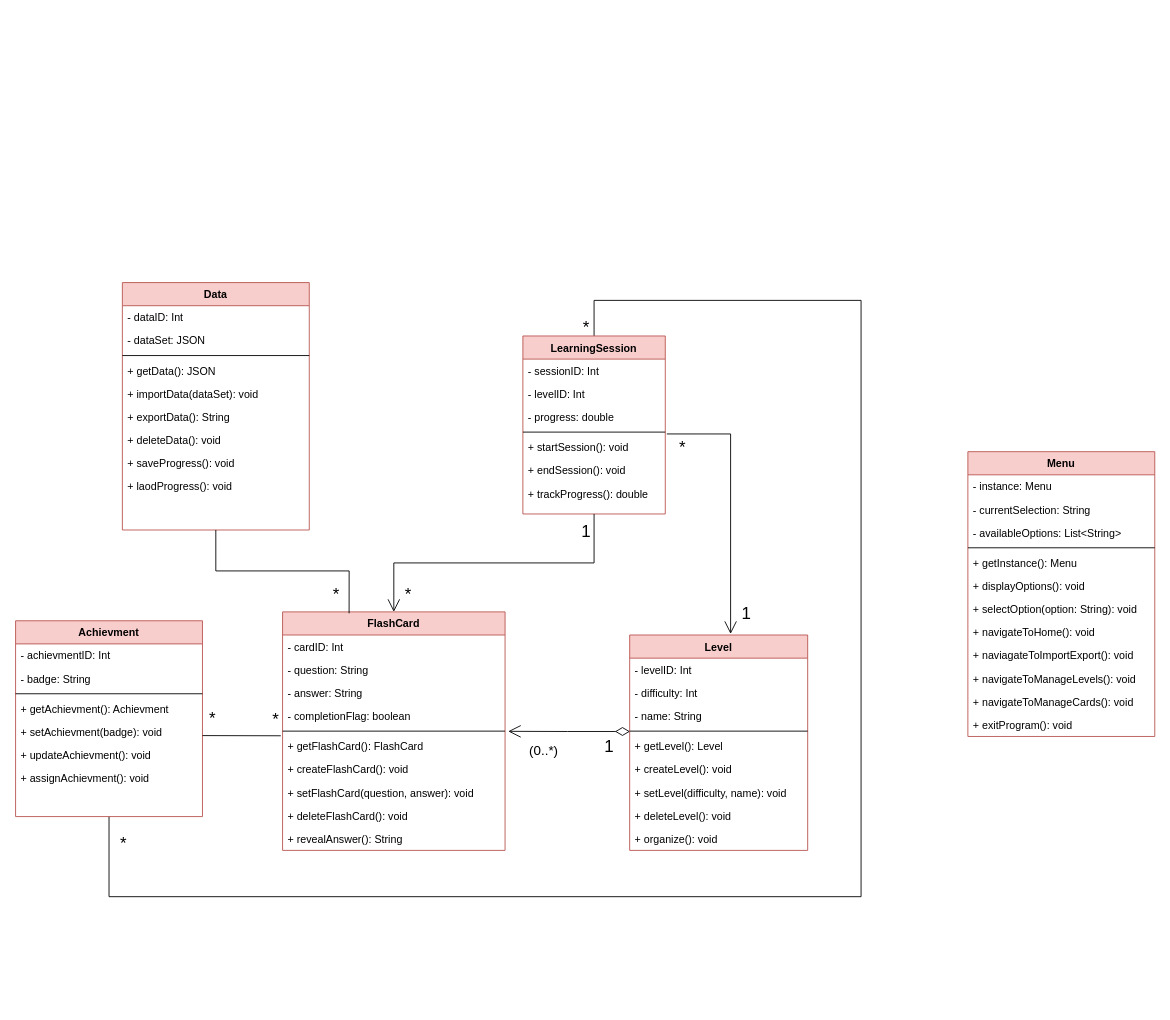
Before: FlashCards.drawio in wasimic311/uml, a draw.io diagram. Source tidied: cells renumbered, new cells numbered last; positions are measured from the earlier drawing's top-left corner, leaving out a move shared by most shapes. Both pictures are drawn from the tidied source at 89%, with x=0, y=0 at pixel (15, 282).
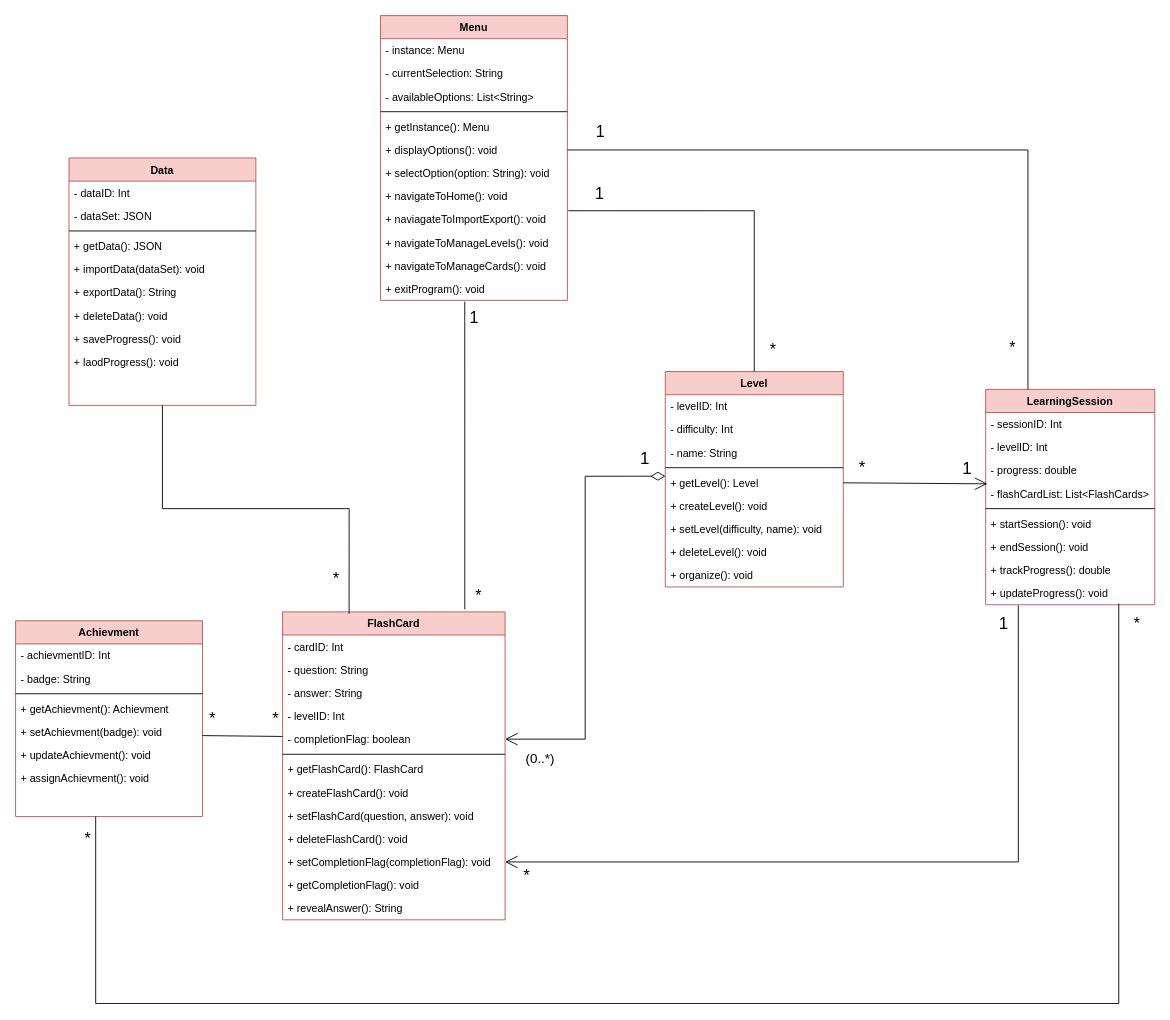
Above is the later version.

The change refers to these unchanged cells:
```xml
<mxCell id="18" value="+ getLevel(): Level" style="text;align=left;verticalAlign=top;spacingLeft=4;spacingRight=4;overflow=hidden;points=[[0,0.5],[1,0.5]];portConstraint=eastwest;" parent="13" vertex="1">
  <mxGeometry y="112" width="200" height="26" as="geometry" />
</mxCell>
<mxCell id="36" value="Achievment" style="swimlane;fontStyle=1;align=center;verticalAlign=top;horizontal=1;startSize=26;rounded=0;shadow=0;strokeWidth=1;fillColor=#f8cecc;strokeColor=#b85450;" parent="1" vertex="1">
  <mxGeometry y="380" width="210" height="220" as="geometry" />
</mxCell>
<mxCell id="72" value="+ displayOptions(): void" style="text;align=left;verticalAlign=top;spacingLeft=4;spacingRight=4;overflow=hidden;points=[[0,0.5],[1,0.5]];portConstraint=eastwest;" parent="66" vertex="1">
  <mxGeometry y="138" width="210" height="26" as="geometry" />
</mxCell>
<mxCell id="75" value="+ naviagateToImportExport(): void" style="text;align=left;verticalAlign=top;spacingLeft=4;spacingRight=4;overflow=hidden;points=[[0,0.5],[1,0.5]];portConstraint=eastwest;" parent="66" vertex="1">
  <mxGeometry y="216" width="210" height="26" as="geometry" />
</mxCell>
<mxCell id="78" value="+ exitProgram(): void" style="text;align=left;verticalAlign=top;spacingLeft=4;spacingRight=4;overflow=hidden;points=[[0,0.5],[1,0.5]];portConstraint=eastwest;" parent="66" vertex="1">
  <mxGeometry y="294" width="210" height="26" as="geometry" />
</mxCell>
```

Change to the diagram source:
```diff
@@
     <mxCell id="2" value="FlashCard" style="swimlane;fontStyle=1;align=center;verticalAlign=top;horizontal=1;startSize=26;rounded=0;shadow=0;strokeWidth=1;fillColor=#f8cecc;strokeColor=#b85450;" parent="1" vertex="1">
-      <mxGeometry x="300" y="370" width="250" height="268" as="geometry" />
+      <mxGeometry x="300" y="370" width="250" height="346" as="geometry" />
     </mxCell>
@@
+    <mxCell id="79" value="- levelID: Int" style="text;align=left;verticalAlign=top;spacingLeft=4;spacingRight=4;overflow=hidden;rounded=0;shadow=0;html=0;" parent="2" vertex="1">
+      <mxGeometry y="104" width="250" height="26" as="geometry" />
+    </mxCell>
     <mxCell id="6" value="- completionFlag: boolean" style="text;align=left;verticalAlign=top;spacingLeft=4;spacingRight=4;overflow=hidden;points=[[0,0.5],[1,0.5]];portConstraint=eastwest;rounded=0;shadow=0;html=0;" parent="2" vertex="1">
-      <mxGeometry y="104" width="250" height="26" as="geometry" />
+      <mxGeometry y="130" width="250" height="26" as="geometry" />
     </mxCell>
     <mxCell id="7" style="line;html=1;strokeWidth=1;align=left;verticalAlign=middle;spacingTop=-1;spacingLeft=3;spacingRight=3;labelPosition=right;" parent="2" vertex="1">
-      <mxGeometry y="130" width="250" height="8" as="geometry" />
+      <mxGeometry y="156" width="250" height="8" as="geometry" />
     </mxCell>
     <mxCell id="8" value="+ getFlashCard(): FlashCard" style="text;align=left;verticalAlign=top;spacingLeft=4;spacingRight=4;overflow=hidden;points=[[0,0.5],[1,0.5]];portConstraint=eastwest;" parent="2" vertex="1">
-      <mxGeometry y="138" width="250" height="26" as="geometry" />
+      <mxGeometry y="164" width="250" height="26" as="geometry" />
     </mxCell>
     <mxCell id="9" value="+ createFlashCard(): void" style="text;align=left;verticalAlign=top;spacingLeft=4;spacingRight=4;overflow=hidden;" parent="2" vertex="1">
-      <mxGeometry y="164" width="250" height="26" as="geometry" />
+      <mxGeometry y="190" width="250" height="26" as="geometry" />
     </mxCell>
     <mxCell id="10" value="+ setFlashCard(question, answer): void" style="text;align=left;verticalAlign=top;spacingLeft=4;spacingRight=4;overflow=hidden;" parent="2" vertex="1">
-      <mxGeometry y="190" width="250" height="26" as="geometry" />
+      <mxGeometry y="216" width="250" height="26" as="geometry" />
     </mxCell>
     <mxCell id="11" value="+ deleteFlashCard(): void" style="text;align=left;verticalAlign=top;spacingLeft=4;spacingRight=4;overflow=hidden;" parent="2" vertex="1">
-      <mxGeometry y="216" width="250" height="26" as="geometry" />
+      <mxGeometry y="242" width="250" height="26" as="geometry" />
     </mxCell>
+    <mxCell id="80" value="+ setCompletionFlag(completionFlag): void" style="text;align=left;verticalAlign=top;spacingLeft=4;spacingRight=4;overflow=hidden;points=[[0,0.5],[1,0.5]];portConstraint=eastwest;" parent="2" vertex="1">
+      <mxGeometry y="268" width="250" height="26" as="geometry" />
+    </mxCell>
+    <mxCell id="81" value="+ getCompletionFlag(): void" style="text;align=left;verticalAlign=top;spacingLeft=4;spacingRight=4;overflow=hidden;" parent="2" vertex="1">
+      <mxGeometry y="294" width="250" height="26" as="geometry" />
+    </mxCell>
     <mxCell id="12" value="+ revealAnswer(): String" style="text;align=left;verticalAlign=top;spacingLeft=4;spacingRight=4;overflow=hidden;" parent="2" vertex="1">
-      <mxGeometry y="242" width="250" height="26" as="geometry" />
+      <mxGeometry y="320" width="250" height="26" as="geometry" />
     </mxCell>
     <mxCell id="13" value="Level" style="swimlane;fontStyle=1;align=center;verticalAlign=top;horizontal=1;startSize=26;rounded=0;shadow=0;strokeWidth=1;fillColor=#f8cecc;strokeColor=#b85450;" parent="1" vertex="1">
-      <mxGeometry x="690" y="396" width="200" height="242" as="geometry" />
+      <mxGeometry x="730" y="100" width="200" height="242" as="geometry" />
     </mxCell>
@@
     <mxCell id="23" value="Data" style="swimlane;fontStyle=1;align=center;verticalAlign=top;horizontal=1;startSize=26;rounded=0;shadow=0;strokeWidth=1;fillColor=#f8cecc;strokeColor=#b85450;" parent="1" vertex="1">
-      <mxGeometry x="120" width="210" height="278" as="geometry" />
+      <mxGeometry x="60" y="-140" width="210" height="278" as="geometry" />
     </mxCell>
@@
-    <mxCell id="33" style="edgeStyle=orthogonalEdgeStyle;rounded=0;jettySize=auto;html=1;exitX=0.5;exitY=1;exitDx=0;exitDy=0;entryX=0.5;entryY=0;entryDx=0;entryDy=0;strokeColor=default;align=center;verticalAlign=middle;fontFamily=Helvetica;fontSize=11;fontColor=default;labelBackgroundColor=default;endArrow=none;" parent="1" edge="1" source="36" target="44">
-      <mxGeometry relative="1" as="geometry">
-        <Array as="points">
-          <mxPoint x="105" y="690" />
-          <mxPoint x="950" y="690" />
-          <mxPoint x="950" y="20" />
-          <mxPoint x="650" y="20" />
-        </Array>
-      </mxGeometry>
-    </mxCell>
-    <mxCell id="34" value="*" style="edgeLabel;html=1;align=center;verticalAlign=middle;fontFamily=Helvetica;fontSize=19;fontColor=default;labelBackgroundColor=default;" parent="33" vertex="1">
-      <mxGeometry x="-0.97" y="2" relative="1" as="geometry">
-        <mxPoint x="13" y="1" as="offset" />
-      </mxGeometry>
-    </mxCell>
-    <mxCell id="35" value="*" style="edgeLabel;html=1;align=center;verticalAlign=middle;fontFamily=Helvetica;fontSize=19;fontColor=default;labelBackgroundColor=default;" parent="33" vertex="1">
-      <mxGeometry x="0.99" relative="1" as="geometry">
-        <mxPoint x="-10" as="offset" />
-      </mxGeometry>
-    </mxCell>
@@
     <mxCell id="44" value="LearningSession" style="swimlane;fontStyle=1;align=center;verticalAlign=top;horizontal=1;startSize=26;rounded=0;shadow=0;strokeWidth=1;fillColor=#f8cecc;strokeColor=#b85450;" parent="1" vertex="1">
-      <mxGeometry x="570" y="60" width="160" height="200" as="geometry" />
+      <mxGeometry x="1090" y="120" width="190" height="242" as="geometry" />
     </mxCell>
     <mxCell id="45" value="- sessionID: Int" style="text;align=left;verticalAlign=top;spacingLeft=4;spacingRight=4;overflow=hidden;" parent="44" vertex="1">
-      <mxGeometry y="26" width="160" height="26" as="geometry" />
+      <mxGeometry y="26" width="190" height="26" as="geometry" />
     </mxCell>
     <mxCell id="46" value="- levelID: Int" style="text;align=left;verticalAlign=top;spacingLeft=4;spacingRight=4;overflow=hidden;rounded=0;shadow=0;html=0;" parent="44" vertex="1">
-      <mxGeometry y="52" width="160" height="26" as="geometry" />
+      <mxGeometry y="52" width="190" height="26" as="geometry" />
     </mxCell>
     <mxCell id="47" value="- progress: double" style="text;align=left;verticalAlign=top;spacingLeft=4;spacingRight=4;overflow=hidden;points=[[0,0.5],[1,0.5]];portConstraint=eastwest;rounded=0;shadow=0;html=0;" parent="44" vertex="1">
-      <mxGeometry y="78" width="160" height="26" as="geometry" />
+      <mxGeometry y="78" width="190" height="26" as="geometry" />
     </mxCell>
+    <mxCell id="82" value="- flashCardList: List&lt;FlashCards&gt;" style="text;align=left;verticalAlign=top;spacingLeft=4;spacingRight=4;overflow=hidden;rounded=0;shadow=0;html=0;" parent="44" vertex="1">
+      <mxGeometry y="104" width="190" height="26" as="geometry" />
+    </mxCell>
     <mxCell id="48" style="line;html=1;strokeWidth=1;align=left;verticalAlign=middle;spacingTop=-1;spacingLeft=3;spacingRight=3;labelPosition=right;" parent="44" vertex="1">
-      <mxGeometry y="104" width="160" height="8" as="geometry" />
+      <mxGeometry y="130" width="190" height="8" as="geometry" />
     </mxCell>
     <mxCell id="49" value="+ startSession(): void" style="text;align=left;verticalAlign=top;spacingLeft=4;spacingRight=4;overflow=hidden;" parent="44" vertex="1">
-      <mxGeometry y="112" width="160" height="26" as="geometry" />
+      <mxGeometry y="138" width="190" height="26" as="geometry" />
     </mxCell>
     <mxCell id="50" value="+ endSession(): void" style="text;align=left;verticalAlign=top;spacingLeft=4;spacingRight=4;overflow=hidden;" parent="44" vertex="1">
-      <mxGeometry y="138" width="160" height="26" as="geometry" />
+      <mxGeometry y="164" width="190" height="26" as="geometry" />
     </mxCell>
+    <mxCell id="83" value="+ trackProgress(): double" style="text;align=left;verticalAlign=top;spacingLeft=4;spacingRight=4;overflow=hidden;" parent="44" vertex="1">
+      <mxGeometry y="190" width="190" height="26" as="geometry" />
+    </mxCell>
-    <mxCell id="51" value="+ trackProgress(): double" style="text;align=left;verticalAlign=top;spacingLeft=4;spacingRight=4;overflow=hidden;points=[[0,0.5],[1,0.5]];portConstraint=eastwest;" parent="44" vertex="1">
-      <mxGeometry y="164" width="160" height="26" as="geometry" />
+    <mxCell id="51" value="+ updateProgress(): void" style="text;align=left;verticalAlign=top;spacingLeft=4;spacingRight=4;overflow=hidden;points=[[0,0.5],[1,0.5]];portConstraint=eastwest;" parent="44" vertex="1">
+      <mxGeometry y="216" width="190" height="26" as="geometry" />
     </mxCell>
-    <mxCell id="52" style="endArrow=open;html=1;endSize=12;startArrow=diamondThin;startSize=14;startFill=0;edgeStyle=orthogonalEdgeStyle;rounded=0;entryX=1.014;entryY=1.162;entryDx=0;entryDy=0;entryPerimeter=0;exitX=0.002;exitY=-0.138;exitDx=0;exitDy=0;exitPerimeter=0;" parent="1" edge="1" source="18" target="6">
+    <mxCell id="52" style="endArrow=open;html=1;endSize=12;startArrow=diamondThin;startSize=14;startFill=0;edgeStyle=orthogonalEdgeStyle;rounded=0;entryX=1;entryY=0.5;entryDx=0;entryDy=0;exitX=0.001;exitY=0.214;exitDx=0;exitDy=0;exitPerimeter=0;" parent="1" edge="1" source="18" target="6">
       <mxGeometry relative="1" as="geometry" />
     </mxCell>
     <mxCell id="53" value="1" style="edgeLabel;html=1;align=left;verticalAlign=top;fontSize=19;" parent="52" vertex="1">
       <mxGeometry x="-1" relative="1" as="geometry">
-        <mxPoint x="-30" as="offset" />
+        <mxPoint x="-30" y="-38" as="offset" />
       </mxGeometry>
     </mxCell>
@@
-    <mxCell id="55" style="endArrow=none;html=1;rounded=0;strokeColor=default;align=center;verticalAlign=middle;fontFamily=Helvetica;fontSize=11;fontColor=default;labelBackgroundColor=default;entryX=-0.008;entryY=0.047;entryDx=0;entryDy=0;entryPerimeter=0;" parent="1" edge="1" target="8">
+    <mxCell id="55" style="endArrow=none;html=1;rounded=0;strokeColor=default;align=center;verticalAlign=middle;fontFamily=Helvetica;fontSize=11;fontColor=default;labelBackgroundColor=default;" parent="1" edge="1">
       <mxGeometry relative="1" as="geometry">
         <mxPoint x="210" y="509" as="sourcePoint" />
+        <mxPoint x="300" y="510" as="targetPoint" />
       </mxGeometry>
     </mxCell>
     <mxCell id="56" value="*" style="edgeLabel;html=1;align=center;verticalAlign=middle;fontFamily=Helvetica;fontSize=19;fontColor=default;labelBackgroundColor=default;" parent="55" vertex="1">
       <mxGeometry x="0.85" y="1" relative="1" as="geometry">
-        <mxPoint y="-17" as="offset" />
+        <mxPoint x="-2" y="-18" as="offset" />
       </mxGeometry>
     </mxCell>
@@
-    <mxCell id="58" style="endArrow=open;endFill=1;endSize=12;html=1;rounded=0;strokeColor=default;align=center;verticalAlign=middle;fontFamily=Helvetica;fontSize=11;fontColor=default;labelBackgroundColor=default;exitX=1.011;exitY=1.234;exitDx=0;exitDy=0;exitPerimeter=0;entryX=0.567;entryY=-0.005;entryDx=0;entryDy=0;edgeStyle=orthogonalEdgeStyle;elbow=vertical;entryPerimeter=0;" parent="1" edge="1" source="47" target="13">
+    <mxCell id="58" style="endArrow=open;endFill=1;endSize=12;html=1;rounded=0;strokeColor=default;align=center;verticalAlign=middle;fontFamily=Helvetica;fontSize=11;fontColor=default;labelBackgroundColor=default;exitX=1;exitY=0.5;exitDx=0;exitDy=0;entryX=0.01;entryY=1.082;entryDx=0;entryDy=0;elbow=vertical;entryPerimeter=0;" parent="1" edge="1" source="18" target="47">
       <mxGeometry relative="1" as="geometry" />
     </mxCell>
     <mxCell id="59" value="*" style="edgeLabel;html=1;align=center;verticalAlign=middle;fontFamily=Helvetica;fontSize=19;fontColor=default;labelBackgroundColor=default;" parent="58" vertex="1">
       <mxGeometry x="-0.95" relative="1" as="geometry">
-        <mxPoint x="10" y="15" as="offset" />
+        <mxPoint x="17" y="-17" as="offset" />
       </mxGeometry>
     </mxCell>
     <mxCell id="60" value="1" style="edgeLabel;html=1;align=center;verticalAlign=middle;fontFamily=Helvetica;fontSize=19;fontColor=default;labelBackgroundColor=default;" parent="58" vertex="1">
       <mxGeometry x="0.84" relative="1" as="geometry">
-        <mxPoint x="17" as="offset" />
+        <mxPoint x="-10" y="-17" as="offset" />
       </mxGeometry>
     </mxCell>
-    <mxCell id="61" style="endArrow=open;endFill=1;endSize=12;html=1;rounded=0;strokeColor=default;align=center;verticalAlign=middle;fontFamily=Helvetica;fontSize=11;fontColor=default;labelBackgroundColor=default;entryX=0.5;entryY=0;entryDx=0;entryDy=0;exitX=0.5;exitY=1;exitDx=0;exitDy=0;edgeStyle=orthogonalEdgeStyle;" parent="1" edge="1" source="44" target="2">
+    <mxCell id="61" style="endArrow=open;endFill=1;endSize=12;html=1;rounded=0;strokeColor=default;align=center;verticalAlign=middle;fontFamily=Helvetica;fontSize=11;fontColor=default;labelBackgroundColor=default;entryX=1;entryY=0.5;entryDx=0;entryDy=0;exitX=0.193;exitY=1.031;exitDx=0;exitDy=0;edgeStyle=orthogonalEdgeStyle;exitPerimeter=0;" parent="1" edge="1" source="51" target="80">
       <mxGeometry relative="1" as="geometry" />
     </mxCell>
     <mxCell id="62" value="1" style="edgeLabel;html=1;align=center;verticalAlign=middle;fontFamily=Helvetica;fontSize=19;fontColor=default;labelBackgroundColor=default;" parent="61" vertex="1">
       <mxGeometry x="-0.91" y="-1" relative="1" as="geometry">
-        <mxPoint x="-9" y="4" as="offset" />
+        <mxPoint x="-16" y="-18" as="offset" />
       </mxGeometry>
     </mxCell>
     <mxCell id="63" value="*" style="edgeLabel;html=1;align=center;verticalAlign=middle;fontFamily=Helvetica;fontSize=19;fontColor=default;labelBackgroundColor=default;" parent="61" vertex="1">
       <mxGeometry x="0.85" relative="1" as="geometry">
-        <mxPoint x="15" y="5" as="offset" />
+        <mxPoint x="-41" y="15" as="offset" />
       </mxGeometry>
     </mxCell>
@@
     <mxCell id="66" value="Menu" style="swimlane;fontStyle=1;align=center;verticalAlign=top;horizontal=1;startSize=26;rounded=0;shadow=0;strokeWidth=1;fillColor=#f8cecc;strokeColor=#b85450;" parent="1" vertex="1">
-      <mxGeometry x="1070" y="190" width="210" height="320" as="geometry" />
+      <mxGeometry x="410" y="-300" width="210" height="320" as="geometry" />
     </mxCell>
@@
+    <mxCell id="84" style="endArrow=none;html=1;rounded=0;entryX=1;entryY=0.5;entryDx=0;entryDy=0;exitX=0.25;exitY=0;exitDx=0;exitDy=0;edgeStyle=orthogonalEdgeStyle;" parent="1" edge="1" source="44" target="72">
+      <mxGeometry relative="1" as="geometry" />
+    </mxCell>
+    <mxCell id="85" value="&lt;font style=&quot;font-size: 18px;&quot;&gt;*&lt;/font&gt;" style="edgeLabel;html=1;align=center;verticalAlign=middle;" parent="84" vertex="1">
+      <mxGeometry x="-0.9" y="-1" relative="1" as="geometry">
+        <mxPoint x="-19" y="-8" as="offset" />
+      </mxGeometry>
+    </mxCell>
+    <mxCell id="86" value="&lt;font style=&quot;font-size: 18px;&quot;&gt;1&lt;/font&gt;" style="edgeLabel;html=1;align=center;verticalAlign=middle;" parent="84" vertex="1">
+      <mxGeometry x="0.92" relative="1" as="geometry">
+        <mxPoint x="5" y="-21" as="offset" />
+      </mxGeometry>
+    </mxCell>
+    <mxCell id="87" style="endArrow=none;html=1;rounded=0;entryX=1.005;entryY=0.126;entryDx=0;entryDy=0;entryPerimeter=0;exitX=0.5;exitY=0;exitDx=0;exitDy=0;edgeStyle=orthogonalEdgeStyle;" parent="1" edge="1" source="13" target="75">
+      <mxGeometry relative="1" as="geometry" />
+    </mxCell>
+    <mxCell id="88" style="edgeLabel;html=1;align=center;verticalAlign=middle;" parent="87" vertex="1">
+      <mxGeometry x="0.81" y="-2" relative="1" as="geometry" />
+    </mxCell>
+    <mxCell id="89" value="&lt;font style=&quot;font-size: 18px;&quot;&gt;1&lt;/font&gt;" style="edgeLabel;html=1;align=center;verticalAlign=middle;" parent="87" vertex="1">
+      <mxGeometry x="0.82" y="-1" relative="1" as="geometry">
+        <mxPoint y="-18" as="offset" />
+      </mxGeometry>
+    </mxCell>
+    <mxCell id="90" value="&lt;font style=&quot;font-size: 18px;&quot;&gt;*&lt;/font&gt;" style="edgeLabel;html=1;align=center;verticalAlign=middle;" parent="87" vertex="1">
+      <mxGeometry x="-0.88" relative="1" as="geometry">
+        <mxPoint x="20" y="-2" as="offset" />
+      </mxGeometry>
+    </mxCell>
+    <mxCell id="91" style="endArrow=none;html=1;rounded=0;entryX=0.451;entryY=1.054;entryDx=0;entryDy=0;entryPerimeter=0;exitX=0.819;exitY=-0.008;exitDx=0;exitDy=0;exitPerimeter=0;" parent="1" edge="1" source="2" target="78">
+      <mxGeometry relative="1" as="geometry" />
+    </mxCell>
+    <mxCell id="92" value="&lt;font style=&quot;font-size: 18px;&quot;&gt;1&lt;/font&gt;" style="edgeLabel;html=1;align=center;verticalAlign=middle;" parent="91" vertex="1">
+      <mxGeometry x="0.9" y="-1" relative="1" as="geometry">
+        <mxPoint x="9" y="1" as="offset" />
+      </mxGeometry>
+    </mxCell>
+    <mxCell id="93" value="&lt;font style=&quot;font-size: 18px;&quot;&gt;*&lt;/font&gt;" style="edgeLabel;html=1;align=center;verticalAlign=middle;" parent="91" vertex="1">
+      <mxGeometry x="-0.91" y="-1" relative="1" as="geometry">
+        <mxPoint x="14" as="offset" />
+      </mxGeometry>
+    </mxCell>
+    <mxCell id="94" style="endArrow=none;html=1;rounded=0;edgeStyle=elbowEdgeStyle;elbow=vertical;entryX=0.787;entryY=0.945;entryDx=0;entryDy=0;entryPerimeter=0;" parent="1" edge="1" target="51">
+      <mxGeometry relative="1" as="geometry">
+        <mxPoint x="90" y="600" as="sourcePoint" />
+        <Array as="points">
+          <mxPoint x="660" y="810" />
+        </Array>
+      </mxGeometry>
+    </mxCell>
+    <mxCell id="95" value="&lt;font style=&quot;font-size: 18px;&quot;&gt;*&lt;/font&gt;" style="edgeLabel;html=1;align=center;verticalAlign=middle;" parent="94" vertex="1">
+      <mxGeometry x="0.98" y="-1" relative="1" as="geometry">
+        <mxPoint x="19" y="5" as="offset" />
+      </mxGeometry>
+    </mxCell>
+    <mxCell id="96" value="&lt;font style=&quot;font-size: 18px;&quot;&gt;*&lt;/font&gt;" style="edgeLabel;html=1;align=center;verticalAlign=middle;" parent="94" vertex="1">
+      <mxGeometry x="-0.98" relative="1" as="geometry">
+        <mxPoint x="-10" y="6" as="offset" />
+      </mxGeometry>
+    </mxCell>
```
